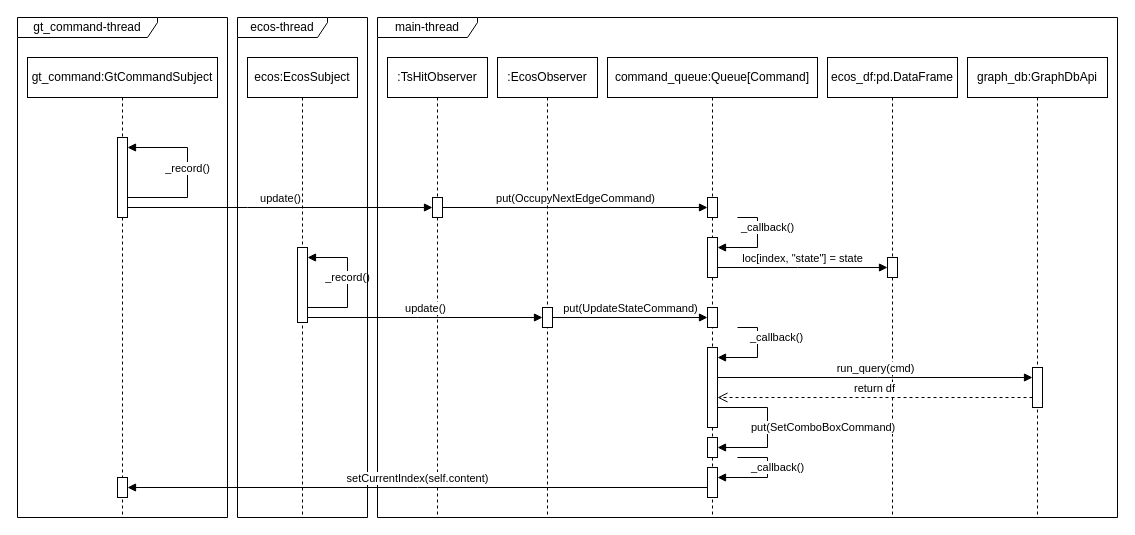
The draw.io diagram procedural/trainswitch_hit.drawio in pascalreiss/draw_io_stuff, before the edit. Source tidied: cells renumbered, new cells numbered last; positions are measured from the earlier drawing's top-left corner, leaving out a move shared by most shapes. Both pictures are drawn from the tidied source at 100%, with x=0, y=0 at pixel (17, 17).
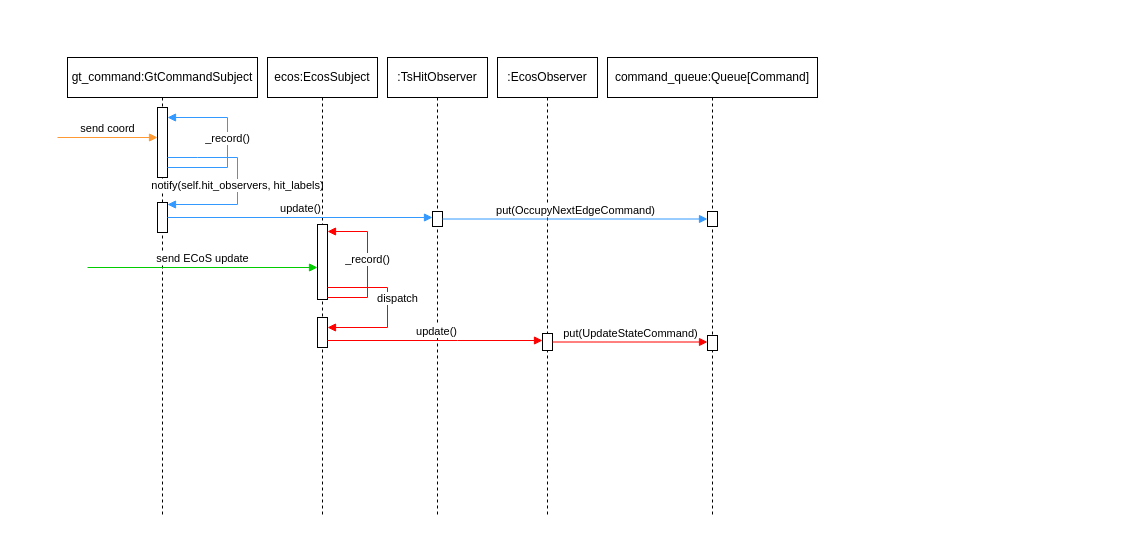
The same page after the edit.

The change refers to these unchanged cells:
```xml
<mxCell id="9" value=":TsHitObserver" style="shape=umlLifeline;whiteSpace=wrap;html=1;newEdgeStyle={&quot;curved&quot;:0,&quot;rounded&quot;:0};perimeter=rectanglePerimeter;targetShapes=umlLifeline;participant=label;" parent="1" vertex="1">
  <mxGeometry x="370" y="40" width="100" height="460" as="geometry" />
</mxCell>
<mxCell id="11" value=":EcosObserver" style="shape=umlLifeline;perimeter=lifelinePerimeter;whiteSpace=wrap;html=1;newEdgeStyle={&quot;curved&quot;:0,&quot;rounded&quot;:0};" parent="1" vertex="1">
  <mxGeometry x="480" y="40" width="100" height="460" as="geometry" />
</mxCell>
<mxCell id="15" value="command_queue:Queue[Command]" style="shape=umlLifeline;perimeter=lifelinePerimeter;whiteSpace=wrap;html=1;newEdgeStyle={&quot;curved&quot;:0,&quot;rounded&quot;:0};" parent="1" vertex="1">
  <mxGeometry x="590" y="40" width="210" height="460" as="geometry" />
</mxCell>
```

Change to the diagram source:
```diff
@@
-    <mxCell id="2" value="graph_db:GraphDbApi" style="shape=umlLifeline;perimeter=lifelinePerimeter;whiteSpace=wrap;html=1;newEdgeStyle={&quot;curved&quot;:0,&quot;rounded&quot;:0};" parent="1" vertex="1">
-      <mxGeometry x="950" y="40" width="140" height="460" as="geometry" />
-    </mxCell>
     <mxCell id="3" value="gt_command:GtCommandSubject" style="shape=umlLifeline;perimeter=lifelinePerimeter;whiteSpace=wrap;html=1;newEdgeStyle={&quot;curved&quot;:0,&quot;rounded&quot;:0};" parent="1" vertex="1">
-      <mxGeometry x="10" y="40" width="190" height="460" as="geometry" />
+      <mxGeometry x="50" y="40" width="190" height="460" as="geometry" />
     </mxCell>
     <mxCell id="4" style="html=1;points=[[0,0,0,0,5],[0,1,0,0,-5],[1,0,0,0,5],[1,1,0,0,-5]];perimeter=orthogonalPerimeter;outlineConnect=0;targetShapes=umlLifeline;portConstraint=eastwest;newEdgeStyle={&quot;curved&quot;:0,&quot;rounded&quot;:0};" parent="3" vertex="1">
-      <mxGeometry x="90" y="80" width="10" height="80" as="geometry" />
+      <mxGeometry x="90" y="50" width="10" height="70" as="geometry" />
     </mxCell>
-    <mxCell id="5" value="_record()" style="html=1;verticalAlign=bottom;endArrow=block;curved=0;rounded=0;" parent="3" edge="1" source="4" target="4">
+    <mxCell id="5" value="_record()" style="html=1;verticalAlign=bottom;endArrow=block;curved=0;rounded=0;strokeColor=#3399FF;" parent="3" edge="1" source="4" target="4">
       <mxGeometry x="-0.06" relative="1" as="geometry">
         <Array as="points">
-          <mxPoint x="160" y="140" />
-          <mxPoint x="160" y="90" />
+          <mxPoint x="160" y="110" />
+          <mxPoint x="160" y="60" />
         </Array>
       </mxGeometry>
     </mxCell>
+    <mxCell id="39" style="html=1;points=[[0,0,0,0,5],[0,1,0,0,-5],[1,0,0,0,5],[1,1,0,0,-5]];perimeter=orthogonalPerimeter;outlineConnect=0;targetShapes=umlLifeline;portConstraint=eastwest;newEdgeStyle={&quot;curved&quot;:0,&quot;rounded&quot;:0};" parent="3" vertex="1">
+      <mxGeometry x="90" y="145" width="10" height="30" as="geometry" />
+    </mxCell>
+    <mxCell id="40" value="notify(self.hit_observers, hit_labels)" style="html=1;verticalAlign=bottom;endArrow=block;curved=0;rounded=0;strokeColor=#3399FF;" parent="3" edge="1" source="4">
+      <mxGeometry x="0.14" relative="1" as="geometry">
+        <mxPoint x="100" y="147" as="targetPoint" />
+        <Array as="points">
+          <mxPoint x="130" y="100" />
+          <mxPoint x="170" y="100" />
+          <mxPoint x="170" y="147" />
+        </Array>
+      </mxGeometry>
+    </mxCell>
     <mxCell id="6" value="ecos:EcosSubject" style="shape=umlLifeline;perimeter=lifelinePerimeter;whiteSpace=wrap;html=1;newEdgeStyle={&quot;curved&quot;:0,&quot;rounded&quot;:0};" parent="1" vertex="1">
-      <mxGeometry x="230" y="40" width="110" height="460" as="geometry" />
+      <mxGeometry x="250" y="40" width="110" height="460" as="geometry" />
     </mxCell>
     <mxCell id="7" style="html=1;points=[[0,0,0,0,5],[0,1,0,0,-5],[1,0,0,0,5],[1,1,0,0,-5]];perimeter=orthogonalPerimeter;outlineConnect=0;targetShapes=umlLifeline;portConstraint=eastwest;newEdgeStyle={&quot;curved&quot;:0,&quot;rounded&quot;:0};" parent="6" vertex="1">
-      <mxGeometry x="50" y="190" width="10" height="75" as="geometry" />
+      <mxGeometry x="50" y="167" width="10" height="75" as="geometry" />
     </mxCell>
-    <mxCell id="8" value="_record()" style="html=1;verticalAlign=bottom;endArrow=block;curved=0;rounded=0;" parent="6" edge="1" source="7" target="7">
+    <mxCell id="8" value="_record()" style="html=1;verticalAlign=bottom;endArrow=block;curved=0;rounded=0;strokeColor=#FF0000;" parent="6" edge="1" source="7">
       <mxGeometry x="-0.06" relative="1" as="geometry">
+        <mxPoint x="60" y="174" as="targetPoint" />
         <Array as="points">
-          <mxPoint x="100" y="250" />
-          <mxPoint x="100" y="200" />
+          <mxPoint x="100" y="240" />
+          <mxPoint x="100" y="174" />
         </Array>
       </mxGeometry>
     </mxCell>
+    <mxCell id="41" style="html=1;points=[[0,0,0,0,5],[0,1,0,0,-5],[1,0,0,0,5],[1,1,0,0,-5]];perimeter=orthogonalPerimeter;outlineConnect=0;targetShapes=umlLifeline;portConstraint=eastwest;newEdgeStyle={&quot;curved&quot;:0,&quot;rounded&quot;:0};" parent="6" vertex="1">
+      <mxGeometry x="50" y="260" width="10" height="30" as="geometry" />
+    </mxCell>
+    <mxCell id="42" value="dispatch" style="html=1;verticalAlign=bottom;endArrow=block;curved=0;rounded=0;strokeColor=#FF0000;" parent="6" edge="1" source="7" target="41">
+      <mxGeometry y="10" relative="1" as="geometry">
+        <Array as="points">
+          <mxPoint x="120" y="230" />
+          <mxPoint x="120" y="270" />
+        </Array>
+      </mxGeometry>
+    </mxCell>
@@
     <mxCell id="10" style="html=1;points=[[0,0,0,0,5],[0,1,0,0,-5],[1,0,0,0,5],[1,1,0,0,-5]];perimeter=orthogonalPerimeter;outlineConnect=0;targetShapes=umlLifeline;portConstraint=eastwest;newEdgeStyle={&quot;curved&quot;:0,&quot;rounded&quot;:0};" parent="9" vertex="1">
-      <mxGeometry x="45" y="140" width="10" height="20" as="geometry" />
+      <mxGeometry x="45" y="154" width="10" height="15" as="geometry" />
     </mxCell>
@@
     <mxCell id="12" style="html=1;points=[[0,0,0,0,5],[0,1,0,0,-5],[1,0,0,0,5],[1,1,0,0,-5]];perimeter=orthogonalPerimeter;outlineConnect=0;targetShapes=umlLifeline;portConstraint=eastwest;newEdgeStyle={&quot;curved&quot;:0,&quot;rounded&quot;:0};" parent="11" vertex="1">
-      <mxGeometry x="45" y="250" width="10" height="20" as="geometry" />
+      <mxGeometry x="45" y="276" width="10" height="17" as="geometry" />
     </mxCell>
-    <mxCell id="13" value="update()" style="html=1;verticalAlign=bottom;endArrow=block;curved=0;rounded=0;" parent="1" edge="1" source="7" target="12">
-      <mxGeometry relative="1" as="geometry">
+    <mxCell id="13" value="update()" style="html=1;verticalAlign=bottom;endArrow=block;curved=0;rounded=0;strokeColor=#FF0000;" parent="1" edge="1" source="41" target="12">
+      <mxGeometry x="0.01" relative="1" as="geometry">
         <Array as="points">
-          <mxPoint x="400" y="300" />
+          <mxPoint x="440" y="323" />
         </Array>
       </mxGeometry>
     </mxCell>
-    <mxCell id="14" value="update()" style="html=1;verticalAlign=bottom;endArrow=block;curved=0;rounded=0;" parent="1" edge="1" source="4" target="10">
-      <mxGeometry relative="1" as="geometry">
-        <Array as="points">
-          <mxPoint x="230" y="190" />
-        </Array>
-      </mxGeometry>
+    <mxCell id="14" value="update()" style="html=1;verticalAlign=bottom;endArrow=block;curved=0;rounded=0;strokeColor=#3399FF;" parent="1" edge="1" source="39" target="10">
+      <mxGeometry relative="1" as="geometry" />
     </mxCell>
@@
     <mxCell id="16" style="html=1;points=[[0,0,0,0,5],[0,1,0,0,-5],[1,0,0,0,5],[1,1,0,0,-5]];perimeter=orthogonalPerimeter;outlineConnect=0;targetShapes=umlLifeline;portConstraint=eastwest;newEdgeStyle={&quot;curved&quot;:0,&quot;rounded&quot;:0};" parent="15" vertex="1">
-      <mxGeometry x="100" y="140" width="10" height="20" as="geometry" />
+      <mxGeometry x="100" y="154" width="10" height="15" as="geometry" />
     </mxCell>
     <mxCell id="17" style="html=1;points=[[0,0,0,0,5],[0,1,0,0,-5],[1,0,0,0,5],[1,1,0,0,-5]];perimeter=orthogonalPerimeter;outlineConnect=0;targetShapes=umlLifeline;portConstraint=eastwest;newEdgeStyle={&quot;curved&quot;:0,&quot;rounded&quot;:0};" parent="15" vertex="1">
-      <mxGeometry x="100" y="250" width="10" height="20" as="geometry" />
+      <mxGeometry x="100" y="278" width="10" height="15" as="geometry" />
     </mxCell>
-    <mxCell id="18" value="put(OccupyNextEdgeCommand)" style="html=1;verticalAlign=bottom;endArrow=block;curved=0;rounded=0;" parent="1" edge="1" source="10" target="16">
+    <mxCell id="18" value="put(OccupyNextEdgeCommand)" style="html=1;verticalAlign=bottom;endArrow=block;curved=0;rounded=0;strokeColor=#3399FF;" parent="1" edge="1" source="10" target="16">
       <mxGeometry relative="1" as="geometry" />
     </mxCell>
-    <mxCell id="19" value="put(UpdateStateCommand)" style="html=1;verticalAlign=bottom;endArrow=block;curved=0;rounded=0;" parent="1" edge="1" source="12" target="17">
+    <mxCell id="19" value="put(UpdateStateCommand)" style="html=1;verticalAlign=bottom;endArrow=block;curved=0;rounded=0;strokeColor=#FF0000;" parent="1" edge="1" source="12" target="17">
       <mxGeometry relative="1" as="geometry" />
     </mxCell>
-    <mxCell id="20" value="gt_command-thread" style="shape=umlFrame;whiteSpace=wrap;html=1;width=140;height=20;" parent="1" vertex="1">
-      <mxGeometry width="210" height="500" as="geometry" />
-    </mxCell>
-    <mxCell id="21" value="ecos-thread" style="shape=umlFrame;whiteSpace=wrap;html=1;width=90;height=20;" parent="1" vertex="1">
-      <mxGeometry x="220" width="130" height="500" as="geometry" />
-    </mxCell>
-    <mxCell id="22" value="main-thread" style="shape=umlFrame;whiteSpace=wrap;html=1;width=100;height=20;" parent="1" vertex="1">
-      <mxGeometry x="360" width="740" height="500" as="geometry" />
-    </mxCell>
-    <mxCell id="23" style="html=1;points=[[0,0,0,0,5],[0,1,0,0,-5],[1,0,0,0,5],[1,1,0,0,-5]];perimeter=orthogonalPerimeter;outlineConnect=0;targetShapes=umlLifeline;portConstraint=eastwest;newEdgeStyle={&quot;curved&quot;:0,&quot;rounded&quot;:0};" parent="1" vertex="1">
-      <mxGeometry x="690" y="220" width="10" height="40" as="geometry" />
-    </mxCell>
-    <mxCell id="24" value="_callback()" style="html=1;align=left;spacingLeft=2;endArrow=block;rounded=0;edgeStyle=orthogonalEdgeStyle;curved=0;rounded=0;" parent="1" edge="1" target="23">
-      <mxGeometry x="-1" y="-10" relative="1" as="geometry">
-        <mxPoint x="720" y="200" as="sourcePoint" />
-        <Array as="points">
-          <mxPoint x="740" y="200" />
-          <mxPoint x="740" y="230" />
-        </Array>
-      </mxGeometry>
-    </mxCell>
-    <mxCell id="25" value="ecos_df:pd.DataFrame" style="shape=umlLifeline;perimeter=lifelinePerimeter;whiteSpace=wrap;html=1;newEdgeStyle={&quot;curved&quot;:0,&quot;rounded&quot;:0};" parent="1" vertex="1">
-      <mxGeometry x="810" y="40" width="130" height="460" as="geometry" />
-    </mxCell>
-    <mxCell id="26" style="html=1;points=[[0,0,0,0,5],[0,1,0,0,-5],[1,0,0,0,5],[1,1,0,0,-5]];perimeter=orthogonalPerimeter;outlineConnect=0;targetShapes=umlLifeline;portConstraint=eastwest;newEdgeStyle={&quot;curved&quot;:0,&quot;rounded&quot;:0};" parent="25" vertex="1">
-      <mxGeometry x="60" y="200" width="10" height="20" as="geometry" />
-    </mxCell>
-    <mxCell id="27" style="html=1;points=[[0,0,0,0,5],[0,1,0,0,-5],[1,0,0,0,5],[1,1,0,0,-5]];perimeter=orthogonalPerimeter;outlineConnect=0;targetShapes=umlLifeline;portConstraint=eastwest;newEdgeStyle={&quot;curved&quot;:0,&quot;rounded&quot;:0};" parent="25" vertex="1">
-      <mxGeometry x="-120" y="290" width="10" height="80" as="geometry" />
-    </mxCell>
-    <mxCell id="28" value="_callback()" style="html=1;align=left;spacingLeft=2;endArrow=block;rounded=0;edgeStyle=orthogonalEdgeStyle;curved=0;rounded=0;" parent="25" edge="1" target="27">
-      <mxGeometry x="-0.8" y="-10" relative="1" as="geometry">
-        <mxPoint x="-90" y="270" as="sourcePoint" />
-        <Array as="points">
-          <mxPoint x="-70" y="270" />
-          <mxPoint x="-70" y="300" />
-        </Array>
-      </mxGeometry>
-    </mxCell>
-    <mxCell id="29" style="html=1;points=[[0,0,0,0,5],[0,1,0,0,-5],[1,0,0,0,5],[1,1,0,0,-5]];perimeter=orthogonalPerimeter;outlineConnect=0;targetShapes=umlLifeline;portConstraint=eastwest;newEdgeStyle={&quot;curved&quot;:0,&quot;rounded&quot;:0};" parent="25" vertex="1">
-      <mxGeometry x="-120" y="410" width="10" height="30" as="geometry" />
-    </mxCell>
-    <mxCell id="30" value="_callback()" style="html=1;align=left;spacingLeft=2;endArrow=block;rounded=0;edgeStyle=orthogonalEdgeStyle;curved=0;rounded=0;" parent="25" edge="1" target="29">
-      <mxGeometry x="0.4" y="-10" relative="1" as="geometry">
-        <mxPoint x="-90" y="400" as="sourcePoint" />
-        <Array as="points">
-          <mxPoint x="-90" y="400" />
-          <mxPoint x="-60" y="400" />
-          <mxPoint x="-60" y="420" />
-        </Array>
-      </mxGeometry>
-    </mxCell>
-    <mxCell id="31" style="html=1;points=[[0,0,0,0,5],[0,1,0,0,-5],[1,0,0,0,5],[1,1,0,0,-5]];perimeter=orthogonalPerimeter;outlineConnect=0;targetShapes=umlLifeline;portConstraint=eastwest;newEdgeStyle={&quot;curved&quot;:0,&quot;rounded&quot;:0};" parent="25" vertex="1">
-      <mxGeometry x="205" y="310" width="10" height="40" as="geometry" />
-    </mxCell>
-    <mxCell id="32" value="run_query(cmd)" style="html=1;verticalAlign=bottom;endArrow=block;curved=0;rounded=0;" parent="25" edge="1" source="27" target="31">
-      <mxGeometry relative="1" as="geometry">
-        <Array as="points">
-          <mxPoint x="50" y="320" />
-        </Array>
-      </mxGeometry>
-    </mxCell>
-    <mxCell id="33" value="return df" style="html=1;verticalAlign=bottom;endArrow=open;dashed=1;endSize=8;curved=0;rounded=0;" parent="25" edge="1" source="31" target="27">
-      <mxGeometry relative="1" as="geometry">
-        <Array as="points">
-          <mxPoint x="50" y="340" />
-        </Array>
-      </mxGeometry>
-    </mxCell>
-    <mxCell id="34" style="html=1;points=[[0,0,0,0,5],[0,1,0,0,-5],[1,0,0,0,5],[1,1,0,0,-5]];perimeter=orthogonalPerimeter;outlineConnect=0;targetShapes=umlLifeline;portConstraint=eastwest;newEdgeStyle={&quot;curved&quot;:0,&quot;rounded&quot;:0};" parent="25" vertex="1">
-      <mxGeometry x="-120" y="380" width="10" height="20" as="geometry" />
-    </mxCell>
-    <mxCell id="35" value="put(SetComboBoxCommand)" style="html=1;align=left;spacingLeft=2;endArrow=block;rounded=0;edgeStyle=orthogonalEdgeStyle;curved=0;rounded=0;" parent="25" edge="1" source="27" target="34">
-      <mxGeometry x="0.57" y="-20" relative="1" as="geometry">
-        <Array as="points">
-          <mxPoint x="-60" y="350" />
-          <mxPoint x="-60" y="390" />
-        </Array>
-      </mxGeometry>
-    </mxCell>
-    <mxCell id="36" value="loc[index, &quot;state&quot;] = state" style="html=1;verticalAlign=bottom;endArrow=block;curved=0;rounded=0;" parent="1" edge="1" source="23" target="26">
-      <mxGeometry relative="1" as="geometry">
-        <Array as="points">
-          <mxPoint x="780" y="250" />
-        </Array>
-      </mxGeometry>
-    </mxCell>
-    <mxCell id="37" value="setCurrentIndex(self.content)" style="html=1;verticalAlign=bottom;endArrow=block;curved=0;rounded=0;" parent="1" edge="1" source="29" target="38">
-      <mxGeometry relative="1" as="geometry">
-        <Array as="points">
-          <mxPoint x="400" y="470" />
-        </Array>
-      </mxGeometry>
-    </mxCell>
-    <mxCell id="38" style="html=1;points=[[0,0,0,0,5],[0,1,0,0,-5],[1,0,0,0,5],[1,1,0,0,-5]];perimeter=orthogonalPerimeter;outlineConnect=0;targetShapes=umlLifeline;portConstraint=eastwest;newEdgeStyle={&quot;curved&quot;:0,&quot;rounded&quot;:0};" parent="1" vertex="1">
-      <mxGeometry x="100" y="460" width="10" height="20" as="geometry" />
-    </mxCell>
+    <mxCell id="43" value="send coord" style="html=1;verticalAlign=bottom;endArrow=block;curved=0;rounded=0;strokeColor=#FF9933;" parent="1" edge="1" target="4">
+      <mxGeometry relative="1" as="geometry">
+        <mxPoint x="40" y="120" as="sourcePoint" />
+      </mxGeometry>
+    </mxCell>
+    <mxCell id="44" value="send ECoS update" style="html=1;verticalAlign=bottom;endArrow=block;curved=0;rounded=0;strokeColor=#00CC00;" parent="1" edge="1" target="7">
+      <mxGeometry relative="1" as="geometry">
+        <mxPoint x="70" y="250" as="sourcePoint" />
+      </mxGeometry>
+    </mxCell>
```
